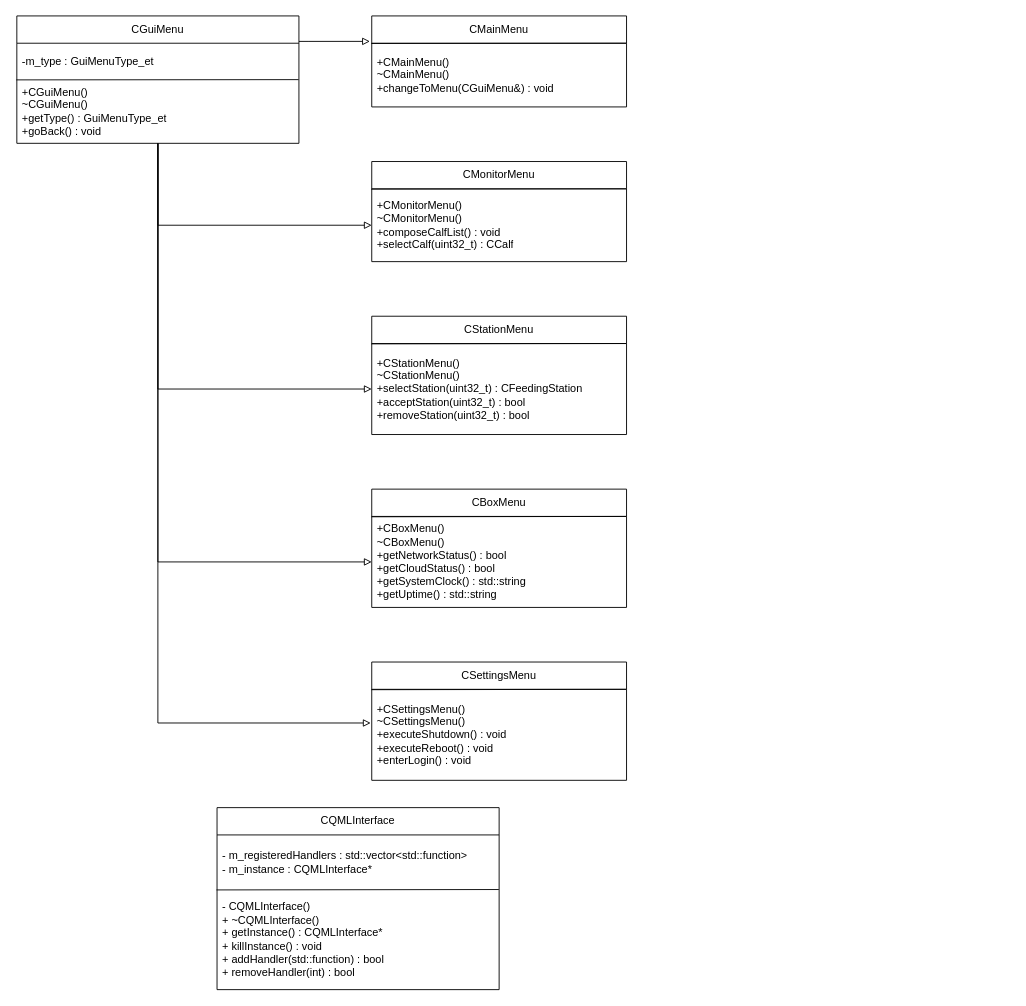
The draw.io diagram page "Page-3" (3 of 3) of Spec/ClassDiagram.drawio in Ner027/MooFeeder, before the edit. Source tidied: cells renumbered, new cells numbered last; positions are measured from the earlier drawing's top-left corner, leaving out a move shared by most shapes. Both pictures are drawn from the tidied source at 91%, with x=0, y=0 at pixel (16, 15).
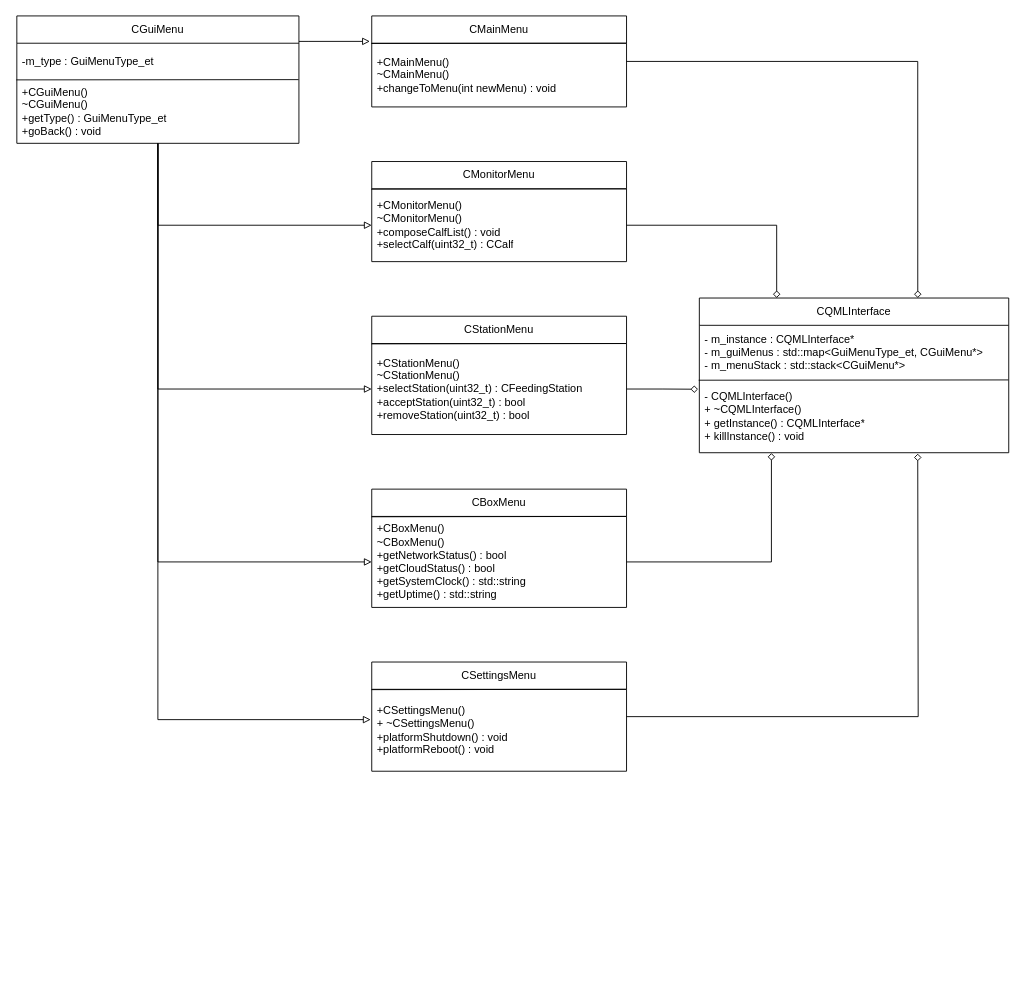
The same page after the edit.

Unchanged cells that the change refers to:
```xml
<mxCell id="11" value="CMainMenu" style="swimlane;fontStyle=0;horizontal=1;startSize=30;whiteSpace=wrap;html=1;" parent="1" vertex="1">
  <mxGeometry x="390" width="280" height="100" as="geometry" />
</mxCell>
<mxCell id="16" value="+CMonitorMenu()&lt;br&gt;~CMonitorMenu()&lt;br&gt;+composeCalfList() : void&lt;br&gt;+selectCalf(uint32_t) : CCalf" style="text;strokeColor=none;fillColor=none;align=left;verticalAlign=middle;spacingLeft=4;spacingRight=4;overflow=hidden;points=[[0,0.5],[1,0.5]];portConstraint=eastwest;whiteSpace=wrap;html=1;" parent="14" vertex="1">
  <mxGeometry y="30" width="280" height="80" as="geometry" />
</mxCell>
<mxCell id="19" value="+CStationMenu()&lt;br&gt;~CStationMenu()&lt;br&gt;+selectStation(uint32_t) : CFeedingStation&lt;br&gt;+acceptStation(uint32_t) : bool&lt;br&gt;+removeStation(uint32_t) : bool" style="text;strokeColor=none;fillColor=none;align=left;verticalAlign=middle;spacingLeft=4;spacingRight=4;overflow=hidden;points=[[0,0.5],[1,0.5]];portConstraint=eastwest;whiteSpace=wrap;html=1;" parent="17" vertex="1">
  <mxGeometry y="30" width="280" height="100" as="geometry" />
</mxCell>
<mxCell id="22" value="+CBoxMenu()&lt;br&gt;~CBoxMenu()&lt;br&gt;+getNetworkStatus() : bool&lt;br&gt;+getCloudStatus() : bool&lt;br&gt;+getSystemClock() : std::string&lt;br&gt;+getUptime() : std::string" style="text;strokeColor=none;fillColor=none;align=left;verticalAlign=middle;spacingLeft=4;spacingRight=4;overflow=hidden;points=[[0,0.5],[1,0.5]];portConstraint=eastwest;whiteSpace=wrap;html=1;" parent="20" vertex="1">
  <mxGeometry y="30" width="280" height="100" as="geometry" />
</mxCell>
```

The edit, as a diff of the source:
```diff
@@
+    <mxCell id="30" style="edgeStyle=orthogonalEdgeStyle;rounded=0;jettySize=auto;html=1;entryX=0.706;entryY=0;entryDx=0;entryDy=0;entryPerimeter=0;endArrow=diamond;endFill=0;" parent="1" edge="1" source="11" target="26">
+      <mxGeometry relative="1" as="geometry" />
+    </mxCell>
@@
-    <mxCell id="12" value="+CMainMenu()&lt;br&gt;~CMainMenu()&lt;br&gt;+changeToMenu(CGuiMenu&amp;amp;) : void" style="text;strokeColor=none;fillColor=none;align=left;verticalAlign=middle;spacingLeft=4;spacingRight=4;overflow=hidden;points=[[0,0.5],[1,0.5]];portConstraint=eastwest;whiteSpace=wrap;html=1;" parent="11" vertex="1">
+    <mxCell id="12" value="+CMainMenu()&lt;br&gt;~CMainMenu()&lt;br&gt;+changeToMenu(int newMenu) : void" style="text;strokeColor=none;fillColor=none;align=left;verticalAlign=middle;spacingLeft=4;spacingRight=4;overflow=hidden;points=[[0,0.5],[1,0.5]];portConstraint=eastwest;whiteSpace=wrap;html=1;" parent="11" vertex="1">
       <mxGeometry y="30" width="280" height="70" as="geometry" />
     </mxCell>
@@
+    <mxCell id="31" style="edgeStyle=orthogonalEdgeStyle;rounded=0;jettySize=auto;html=1;endArrow=diamond;endFill=0;" parent="1" edge="1" source="23">
+      <mxGeometry relative="1" as="geometry">
+        <mxPoint x="990" y="481" as="targetPoint" />
+      </mxGeometry>
+    </mxCell>
     <mxCell id="23" value="CSettingsMenu" style="swimlane;fontStyle=0;horizontal=1;startSize=30;whiteSpace=wrap;html=1;" parent="1" vertex="1">
-      <mxGeometry x="390" y="710" width="280" height="130" as="geometry" />
+      <mxGeometry x="390" y="710" width="280" height="120" as="geometry" />
     </mxCell>
@@
-    <mxCell id="25" value="+CSettingsMenu()&lt;br&gt;~CSettingsMenu()&lt;br&gt;+executeShutdown() : void&lt;br&gt;+executeReboot() : void&lt;br&gt;+enterLogin() : void" style="text;strokeColor=none;fillColor=none;align=left;verticalAlign=middle;spacingLeft=4;spacingRight=4;overflow=hidden;points=[[0,0.5],[1,0.5]];portConstraint=eastwest;whiteSpace=wrap;html=1;" parent="23" vertex="1">
-      <mxGeometry y="30" width="280" height="100" as="geometry" />
+    <mxCell id="25" value="+CSettingsMenu()&lt;br&gt;+ ~CSettingsMenu()&lt;br&gt;+platformShutdown() : void&lt;br&gt;+platformReboot() : void" style="text;strokeColor=none;fillColor=none;align=left;verticalAlign=middle;spacingLeft=4;spacingRight=4;overflow=hidden;points=[[0,0.5],[1,0.5]];portConstraint=eastwest;whiteSpace=wrap;html=1;" parent="23" vertex="1">
+      <mxGeometry y="30" width="280" height="90" as="geometry" />
     </mxCell>
     <mxCell id="26" value="CQMLInterface" style="swimlane;fontStyle=0;horizontal=1;startSize=30;whiteSpace=wrap;html=1;" parent="1" vertex="1">
-      <mxGeometry x="220" y="870" width="310" height="200" as="geometry" />
+      <mxGeometry x="750" y="310" width="340" height="170" as="geometry" />
     </mxCell>
-    <mxCell id="27" value="- m_registeredHandlers : std::vector&amp;lt;std::function&amp;gt;&lt;br&gt;- m_instance : CQMLInterface*" style="text;strokeColor=none;fillColor=none;align=left;verticalAlign=middle;spacingLeft=4;spacingRight=4;overflow=hidden;whiteSpace=wrap;html=1;" parent="26" vertex="1">
-      <mxGeometry y="30" width="310" height="60" as="geometry" />
+    <mxCell id="27" value="- m_instance : CQMLInterface*&lt;br&gt;- m_guiMenus : std::map&amp;lt;GuiMenuType_et, CGuiMenu*&amp;gt;&lt;br&gt;- m_menuStack : std::stack&amp;lt;CGuiMenu*&amp;gt;" style="text;strokeColor=none;fillColor=none;align=left;verticalAlign=middle;spacingLeft=4;spacingRight=4;overflow=hidden;whiteSpace=wrap;html=1;" parent="26" vertex="1">
+      <mxGeometry y="30" width="340" height="60" as="geometry" />
     </mxCell>
-    <mxCell id="28" value="- CQMLInterface()&lt;br&gt;+ ~CQMLInterface()&lt;br&gt;+ getInstance() : CQMLInterface*&lt;br&gt;+ killInstance() : void&lt;br&gt;+ addHandler(std::function) : bool&lt;br&gt;+ removeHandler(int) : bool" style="text;strokeColor=none;fillColor=none;align=left;verticalAlign=middle;spacingLeft=4;spacingRight=4;overflow=hidden;points=[[0,0.5],[1,0.5]];portConstraint=eastwest;whiteSpace=wrap;html=1;" parent="26" vertex="1">
-      <mxGeometry y="90" width="310" height="110" as="geometry" />
+    <mxCell id="28" value="- CQMLInterface()&lt;br&gt;+ ~CQMLInterface()&lt;br&gt;+ getInstance() : CQMLInterface*&lt;br&gt;+ killInstance() : void" style="text;strokeColor=none;fillColor=none;align=left;verticalAlign=middle;spacingLeft=4;spacingRight=4;overflow=hidden;points=[[0,0.5],[1,0.5]];portConstraint=eastwest;whiteSpace=wrap;html=1;" parent="26" vertex="1">
+      <mxGeometry y="90" width="340" height="80" as="geometry" />
     </mxCell>
@@
+    <mxCell id="32" style="edgeStyle=orthogonalEdgeStyle;rounded=0;jettySize=auto;html=1;entryX=0.25;entryY=0;entryDx=0;entryDy=0;endArrow=diamond;endFill=0;" parent="1" edge="1" source="16" target="26">
+      <mxGeometry relative="1" as="geometry" />
+    </mxCell>
+    <mxCell id="33" style="edgeStyle=orthogonalEdgeStyle;rounded=0;jettySize=auto;html=1;entryX=-0.004;entryY=0.128;entryDx=0;entryDy=0;entryPerimeter=0;endArrow=diamond;endFill=0;" parent="1" edge="1" source="19" target="28">
+      <mxGeometry relative="1" as="geometry" />
+    </mxCell>
+    <mxCell id="34" style="edgeStyle=orthogonalEdgeStyle;rounded=0;jettySize=auto;html=1;entryX=0.233;entryY=1.004;entryDx=0;entryDy=0;entryPerimeter=0;endArrow=diamond;endFill=0;" parent="1" edge="1" source="22" target="28">
+      <mxGeometry relative="1" as="geometry" />
+    </mxCell>
```
